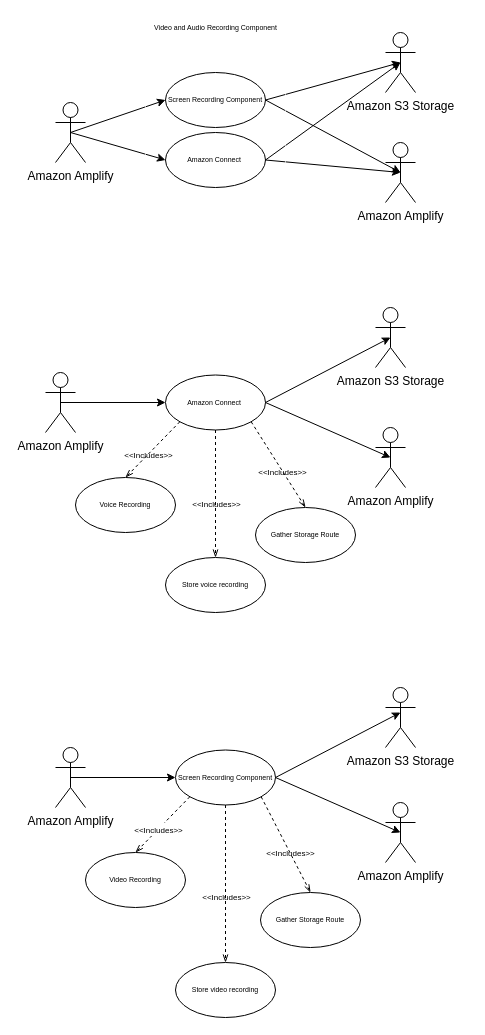
Before: Diagrams/VACN1-2.drawio in mateoglzc/docs-amazon, a draw.io diagram. Source tidied: cells renumbered, new cells numbered last; positions are measured from the earlier drawing's top-left corner, leaving out a move shared by most shapes. Both pictures are drawn from the tidied source at 100%, with x=0, y=0 at pixel (45, 17).
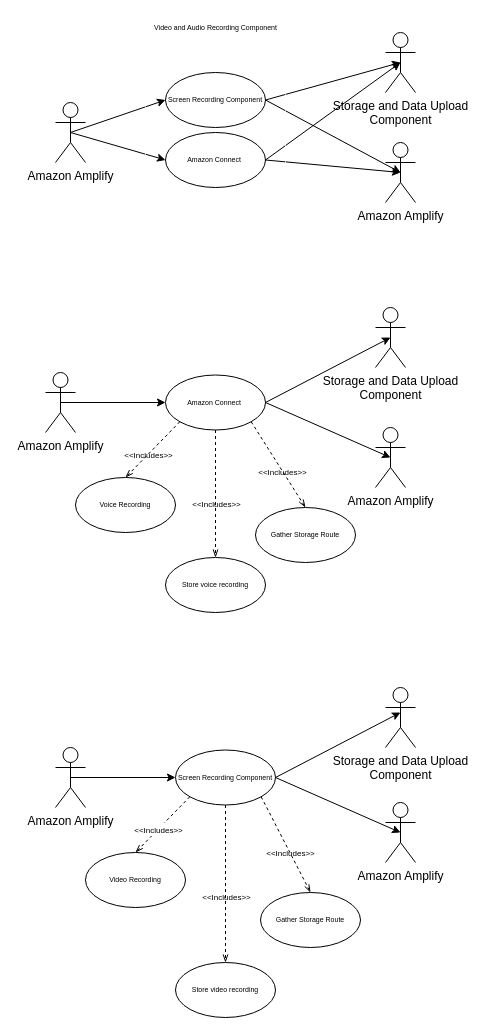
The same page after the edit.

Commit message (it also covers changes not shown here):
Added all Diagrams

What changed in the source:
```diff
@@
-    <mxCell id="16" value="Amazon S3 Storage&lt;br&gt;" style="shape=umlActor;verticalLabelPosition=bottom;verticalAlign=top;html=1;fillColor=none;" parent="1" vertex="1">
+    <mxCell id="16" value="Storage and Data Upload&lt;br&gt;Component" style="shape=umlActor;verticalLabelPosition=bottom;verticalAlign=top;html=1;fillColor=none;" parent="1" vertex="1">
       <mxGeometry x="330" y="290" width="30" height="60" as="geometry" />
     </mxCell>
@@
-    <mxCell id="27" value="Amazon S3 Storage&lt;br&gt;" style="shape=umlActor;verticalLabelPosition=bottom;verticalAlign=top;html=1;fillColor=none;" parent="1" vertex="1">
+    <mxCell id="27" value="Storage and Data Upload&lt;br&gt;Component" style="shape=umlActor;verticalLabelPosition=bottom;verticalAlign=top;html=1;fillColor=none;" parent="1" vertex="1">
       <mxGeometry x="340" y="670" width="30" height="60" as="geometry" />
     </mxCell>
@@
-    <mxCell id="43" value="Amazon S3 Storage&lt;br&gt;" style="shape=umlActor;verticalLabelPosition=bottom;verticalAlign=top;html=1;fillColor=none;" parent="1" vertex="1">
+    <mxCell id="43" value="Storage and Data Upload &lt;br&gt;Component" style="shape=umlActor;verticalLabelPosition=bottom;verticalAlign=top;html=1;fillColor=none;" parent="1" vertex="1">
       <mxGeometry x="340" y="15" width="30" height="60" as="geometry" />
     </mxCell>
```
